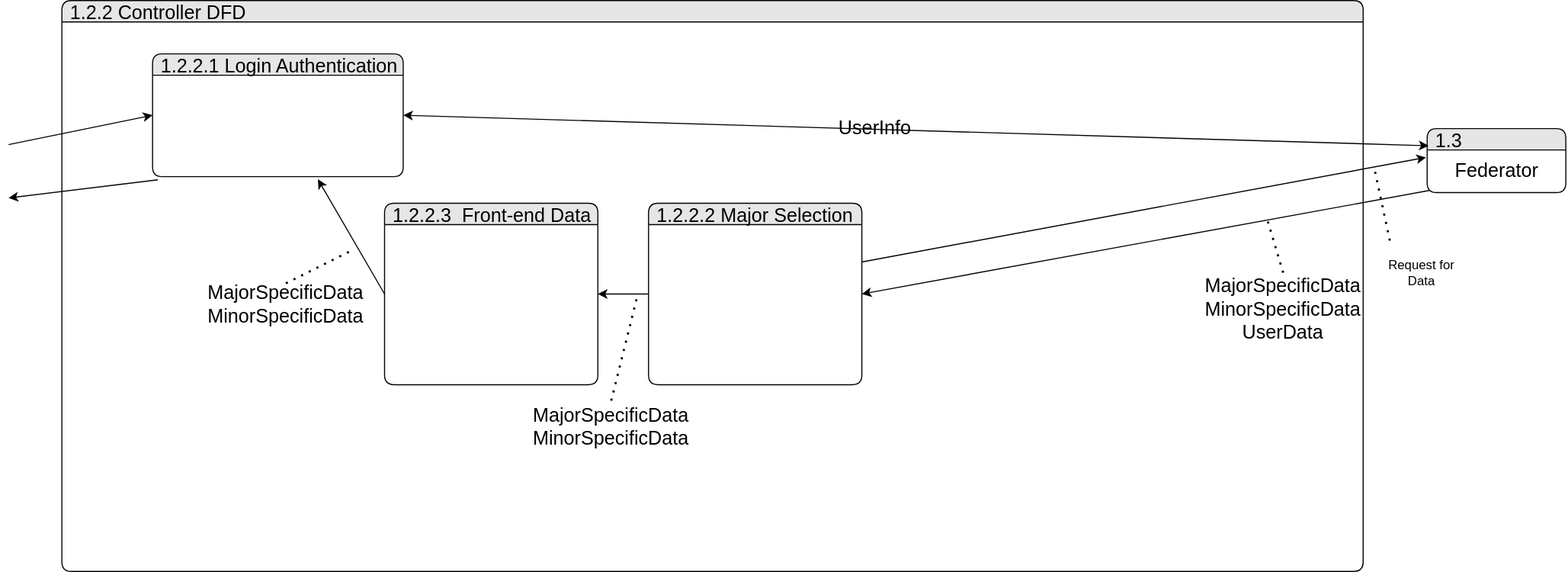
Before: TeamTwoFiles/SimpleController_DFD.drawio.svg, a diagram exported from draw.io (MckennahPalmer/CSE430). Source tidied: cells renumbered, new cells last; positions are measured from the earlier drawing's top-left corner, leaving out a move shared by most shapes.
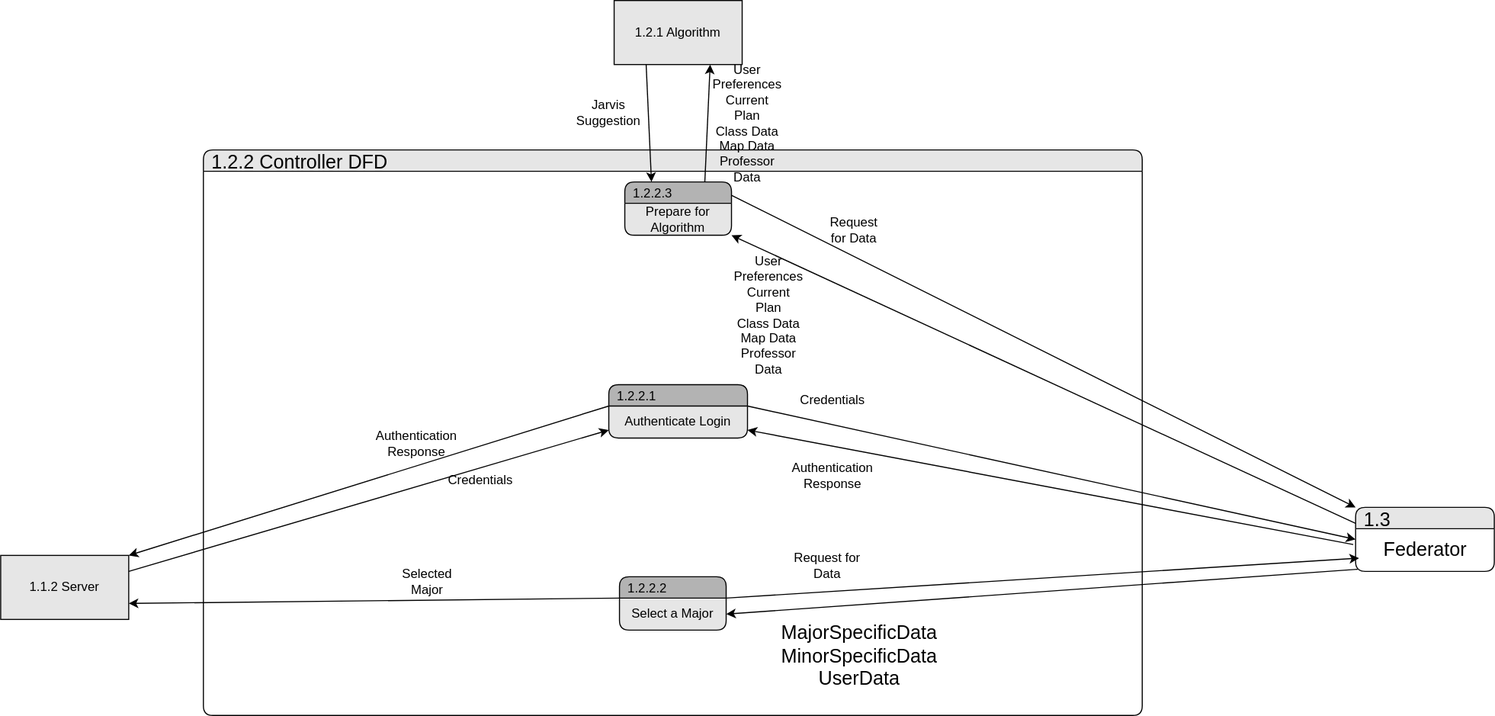
The same diagram one commit later.

Commit message:
Removed Unnecessary Processors, added interaction with Algorithm

Change to the diagram source:
```diff
@@ -3,91 +3,103 @@
     <mxCell id="0" />
     <mxCell id="1" parent="0" />
     <mxCell id="2" value="1.2.2 Controller DFD" style="swimlane;fontStyle=0;horizontal=1;startSize=20;fillColor=#E6E6E6;swimlaneFillColor=#FFFFFF;rounded=1;strokeColor=default;align=left;verticalAlign=middle;fontFamily=Helvetica;fontSize=18;fontColor=default;spacingLeft=6;shadow=0;" parent="1" vertex="1">
-      <mxGeometry x="50" width="1220" height="535" as="geometry" />
+      <mxGeometry x="250" y="-215" width="880" height="530" as="geometry" />
     </mxCell>
-    <mxCell id="3" style="edgeStyle=none;jettySize=auto;html=1;rounded=0;entryX=-0.008;entryY=0.175;entryDx=0;entryDy=0;entryPerimeter=0;" parent="2" edge="1" target="10">
-      <mxGeometry relative="1" as="geometry">
-        <mxPoint x="750" y="245" as="sourcePoint" />
-      </mxGeometry>
-    </mxCell>
-    <mxCell id="4" style="edgeStyle=orthogonalEdgeStyle;rounded=0;jettySize=auto;html=1;entryX=1;entryY=0.5;entryDx=0;entryDy=0;" parent="1" edge="1" source="5" target="6">
-      <mxGeometry relative="1" as="geometry" />
-    </mxCell>
-    <mxCell id="5" value="1.2.2.2 Major Selection" style="swimlane;fontStyle=0;horizontal=1;startSize=20;fillColor=#E6E6E6;swimlaneFillColor=#FFFFFF;rounded=1;strokeColor=default;align=left;verticalAlign=middle;fontFamily=Helvetica;fontSize=18;fontColor=default;spacingLeft=6;shadow=0;" parent="1" vertex="1">
-      <mxGeometry x="600" y="190" width="200" height="170" as="geometry" />
-    </mxCell>
-    <mxCell id="6" value="1.2.2.3  Front-end Data" style="swimlane;fontStyle=0;horizontal=1;startSize=20;fillColor=#E6E6E6;swimlaneFillColor=#FFFFFF;rounded=1;strokeColor=default;align=left;verticalAlign=middle;fontFamily=Helvetica;fontSize=18;fontColor=default;spacingLeft=6;shadow=0;" parent="1" vertex="1">
-      <mxGeometry x="352.5" y="190" width="200" height="170" as="geometry" />
-    </mxCell>
-    <mxCell id="7" style="group;" parent="1" vertex="1">
-      <mxGeometry x="135" y="50" width="235" height="115" as="geometry" />
-    </mxCell>
-    <mxCell id="8" value="1.2.2.1 Login Authentication" style="swimlane;fontStyle=0;horizontal=1;startSize=20;fillColor=#E6E6E6;swimlaneFillColor=#FFFFFF;rounded=1;strokeColor=default;align=left;verticalAlign=middle;fontFamily=Helvetica;fontSize=18;fontColor=default;spacingLeft=6;shadow=0;" parent="7" vertex="1">
-      <mxGeometry width="235" height="115" as="geometry" />
-    </mxCell>
+    <mxCell id="25" style="edgeStyle=none;rounded=0;jettySize=auto;html=1;exitX=-0.017;exitY=0.37;exitDx=0;exitDy=0;entryX=1;entryY=0.75;entryDx=0;entryDy=0;exitPerimeter=0;" parent="1" edge="1" source="10" target="38">
+      <mxGeometry relative="1" as="geometry" />
+    </mxCell>
+    <mxCell id="26" style="edgeStyle=none;rounded=0;jettySize=auto;html=1;exitX=0;exitY=0.25;exitDx=0;exitDy=0;entryX=1;entryY=1;entryDx=0;entryDy=0;" parent="1" edge="1" source="9" target="44">
+      <mxGeometry relative="1" as="geometry" />
+    </mxCell>
     <mxCell id="9" value="1.3" style="swimlane;fontStyle=0;horizontal=1;startSize=20;fillColor=#E6E6E6;swimlaneFillColor=#FFFFFF;rounded=1;strokeColor=default;align=left;verticalAlign=middle;fontFamily=Helvetica;fontSize=18;fontColor=default;spacingLeft=6;shadow=0;" parent="1" vertex="1">
       <mxGeometry x="1330" y="120" width="130" height="60" as="geometry" />
     </mxCell>
     <mxCell id="10" value="&lt;font style=&quot;font-size: 18px;&quot;&gt;Federator&lt;/font&gt;" style="text;html=1;align=center;verticalAlign=middle;points=[];strokeColor=none;fillColor=none;" parent="9" vertex="1">
       <mxGeometry y="20" width="130" height="40" as="geometry" />
     </mxCell>
-    <mxCell id="11" style="endArrow=classic;html=1;rounded=0;entryX=0;entryY=0.5;entryDx=0;entryDy=0;" parent="1" edge="1" target="8">
-      <mxGeometry relative="1" as="geometry">
-        <mxPoint y="135" as="sourcePoint" />
-      </mxGeometry>
-    </mxCell>
-    <mxCell id="12" style="endArrow=classic;html=1;rounded=0;" parent="1" edge="1">
-      <mxGeometry relative="1" as="geometry">
-        <mxPoint x="140" y="168" as="sourcePoint" />
-        <mxPoint y="185" as="targetPoint" />
-      </mxGeometry>
-    </mxCell>
-    <mxCell id="13" style="endArrow=classic;html=1;rounded=0;exitX=0.015;exitY=0.95;exitDx=0;exitDy=0;exitPerimeter=0;entryX=1;entryY=0.5;entryDx=0;entryDy=0;" parent="1" edge="1" source="10" target="5">
+    <mxCell id="13" style="endArrow=classic;html=1;rounded=0;exitX=0.015;exitY=0.95;exitDx=0;exitDy=0;exitPerimeter=0;entryX=1;entryY=0.5;entryDx=0;entryDy=0;" parent="1" edge="1" source="10" target="40">
       <mxGeometry relative="1" as="geometry" />
     </mxCell>
-    <mxCell id="14" style="endArrow=classic;html=1;rounded=0;exitX=0;exitY=0.5;exitDx=0;exitDy=0;entryX=1;entryY=0.75;entryDx=0;entryDy=0;" parent="1" edge="1" source="6">
-      <mxGeometry relative="1" as="geometry">
-        <mxPoint x="290" y="167.5" as="targetPoint" />
-      </mxGeometry>
-    </mxCell>
-    <mxCell id="15" style="endArrow=classic;startArrow=classic;html=1;rounded=0;entryX=0.01;entryY=-0.098;entryDx=0;entryDy=0;entryPerimeter=0;exitX=1;exitY=0.5;exitDx=0;exitDy=0;" parent="1" edge="1" source="8" target="10">
-      <mxGeometry relative="1" as="geometry" />
-    </mxCell>
-    <mxCell id="16" value="&lt;font style=&quot;font-size: 18px;&quot;&gt;UserInfo&amp;nbsp;&lt;/font&gt;" style="text;html=1;strokeColor=none;fillColor=none;align=center;verticalAlign=middle;whiteSpace=wrap;rounded=0;" parent="1" vertex="1">
-      <mxGeometry x="700" y="105" width="230" height="30" as="geometry" />
-    </mxCell>
     <mxCell id="17" value="&lt;font style=&quot;font-size: 18px;&quot;&gt;MajorSpecificData&lt;br&gt;MinorSpecificData&lt;br&gt;UserData&lt;/font&gt;" style="text;html=1;strokeColor=none;fillColor=none;align=center;verticalAlign=middle;whiteSpace=wrap;rounded=0;" parent="1" vertex="1">
-      <mxGeometry x="1110" y="255" width="170" height="70" as="geometry" />
+      <mxGeometry x="780" y="225" width="170" height="70" as="geometry" />
     </mxCell>
-    <mxCell id="18" value="&lt;font style=&quot;font-size: 18px;&quot;&gt;MajorSpecificData&lt;br&gt;MinorSpecificData&lt;/font&gt;" style="text;html=1;strokeColor=none;fillColor=none;align=center;verticalAlign=middle;whiteSpace=wrap;rounded=0;" parent="1" vertex="1">
-      <mxGeometry x="520" y="375" width="90" height="50" as="geometry" />
-    </mxCell>
-    <mxCell id="19" style="endArrow=none;dashed=1;html=1;dashPattern=1 3;strokeWidth=2;rounded=0;exitX=0.5;exitY=0;exitDx=0;exitDy=0;" parent="1" edge="1" source="18">
-      <mxGeometry relative="1" as="geometry">
-        <mxPoint x="590" y="275" as="targetPoint" />
-      </mxGeometry>
-    </mxCell>
-    <mxCell id="20" value="&lt;font style=&quot;font-size: 18px;&quot;&gt;MajorSpecificData&lt;br&gt;MinorSpecificData&lt;/font&gt;" style="text;html=1;strokeColor=none;fillColor=none;align=center;verticalAlign=middle;whiteSpace=wrap;rounded=0;" parent="1" vertex="1">
-      <mxGeometry x="200" y="265" width="120" height="40" as="geometry" />
-    </mxCell>
-    <mxCell id="21" style="endArrow=none;dashed=1;html=1;dashPattern=1 3;strokeWidth=2;rounded=0;exitX=0.5;exitY=0;exitDx=0;exitDy=0;" parent="1" edge="1" source="20">
-      <mxGeometry relative="1" as="geometry">
-        <mxPoint x="320" y="235" as="targetPoint" />
-      </mxGeometry>
-    </mxCell>
-    <mxCell id="22" style="endArrow=none;dashed=1;html=1;dashPattern=1 3;strokeWidth=2;rounded=0;exitX=0.5;exitY=0;exitDx=0;exitDy=0;" parent="1" edge="1" source="17">
-      <mxGeometry relative="1" as="geometry">
-        <mxPoint x="1180" y="205" as="targetPoint" />
-      </mxGeometry>
-    </mxCell>
     <mxCell id="23" value="Request for Data" style="text;html=1;strokeColor=none;fillColor=none;align=center;verticalAlign=middle;whiteSpace=wrap;rounded=0;" parent="1" vertex="1">
-      <mxGeometry x="1280" y="225" width="90" height="60" as="geometry" />
+      <mxGeometry x="790" y="145" width="90" height="60" as="geometry" />
     </mxCell>
-    <mxCell id="24" style="endArrow=none;dashed=1;html=1;dashPattern=1 3;strokeWidth=2;rounded=0;exitX=0.5;exitY=0;exitDx=0;exitDy=0;" parent="1" edge="1">
-      <mxGeometry relative="1" as="geometry">
-        <mxPoint x="1295" y="225" as="sourcePoint" />
-        <mxPoint x="1280" y="155" as="targetPoint" />
-      </mxGeometry>
-    </mxCell>
+    <mxCell id="3" style="edgeStyle=none;jettySize=auto;html=1;rounded=0;entryX=0.025;entryY=0.689;entryDx=0;entryDy=0;entryPerimeter=0;exitX=1;exitY=0;exitDx=0;exitDy=0;" parent="1" edge="1" source="40" target="10">
+      <mxGeometry relative="1" as="geometry" />
+    </mxCell>
+    <mxCell id="27" style="edgeStyle=none;rounded=0;jettySize=auto;html=1;exitX=1;exitY=0.25;exitDx=0;exitDy=0;entryX=0;entryY=0.75;entryDx=0;entryDy=0;" parent="1" edge="1" source="28" target="38">
+      <mxGeometry relative="1" as="geometry" />
+    </mxCell>
+    <mxCell id="28" value="1.1.2 Server" style="rounded=0;whiteSpace=wrap;html=1;strokeColor=default;align=center;verticalAlign=middle;fontFamily=Helvetica;fontSize=12;fontColor=default;startSize=20;fillColor=#E6E6E6;" parent="1" vertex="1">
+      <mxGeometry x="60" y="165" width="120" height="60" as="geometry" />
+    </mxCell>
+    <mxCell id="29" style="edgeStyle=none;rounded=0;jettySize=auto;html=1;exitX=1;exitY=0;exitDx=0;exitDy=0;entryX=0;entryY=0.5;entryDx=0;entryDy=0;" parent="1" edge="1" source="38" target="9">
+      <mxGeometry relative="1" as="geometry" />
+    </mxCell>
+    <mxCell id="30" value="Credentials" style="text;html=1;align=center;verticalAlign=middle;whiteSpace=wrap;rounded=0;" parent="1" vertex="1">
+      <mxGeometry x="810" y="5" width="60" height="30" as="geometry" />
+    </mxCell>
+    <mxCell id="31" value="Authentication Response" style="text;html=1;align=center;verticalAlign=middle;whiteSpace=wrap;rounded=0;" parent="1" vertex="1">
+      <mxGeometry x="810" y="75" width="60" height="30" as="geometry" />
+    </mxCell>
+    <mxCell id="32" style="edgeStyle=none;rounded=0;jettySize=auto;html=1;exitX=0;exitY=0;exitDx=0;exitDy=0;entryX=1;entryY=0;entryDx=0;entryDy=0;" parent="1" edge="1" source="38" target="28">
+      <mxGeometry relative="1" as="geometry" />
+    </mxCell>
+    <mxCell id="33" style="edgeStyle=none;rounded=0;jettySize=auto;html=1;exitX=0;exitY=0;exitDx=0;exitDy=0;entryX=1;entryY=0.75;entryDx=0;entryDy=0;" parent="1" edge="1" source="40" target="28">
+      <mxGeometry relative="1" as="geometry" />
+    </mxCell>
+    <mxCell id="34" value="Selected Major" style="text;html=1;align=center;verticalAlign=middle;whiteSpace=wrap;rounded=0;" parent="1" vertex="1">
+      <mxGeometry x="430" y="175" width="60" height="30" as="geometry" />
+    </mxCell>
+    <mxCell id="35" value="Authentication Response" style="text;html=1;align=center;verticalAlign=middle;whiteSpace=wrap;rounded=0;" parent="1" vertex="1">
+      <mxGeometry x="420" y="45" width="60" height="30" as="geometry" />
+    </mxCell>
+    <mxCell id="36" value="Credentials" style="text;html=1;align=center;verticalAlign=middle;whiteSpace=wrap;rounded=0;" parent="1" vertex="1">
+      <mxGeometry x="480" y="80" width="60" height="30" as="geometry" />
+    </mxCell>
+    <mxCell id="37" value="1.2.2.1" style="swimlane;fontStyle=0;horizontal=1;startSize=20;fillColor=#B3B3B3;swimlaneFillColor=#E6E6E6;rounded=1;strokeColor=default;align=left;verticalAlign=middle;fontFamily=Helvetica;fontSize=12;fontColor=default;spacingLeft=6;shadow=0;" parent="1" vertex="1">
+      <mxGeometry x="630" y="5" width="130" height="50" as="geometry" />
+    </mxCell>
+    <mxCell id="38" value="Authenticate Login" style="text;html=1;strokeColor=none;fillColor=none;align=center;verticalAlign=middle;whiteSpace=wrap;rounded=0;fontSize=12;fontFamily=Helvetica;fontColor=default;" parent="37" vertex="1">
+      <mxGeometry y="20" width="130" height="30" as="geometry" />
+    </mxCell>
+    <mxCell id="39" value="1.2.2.2" style="swimlane;fontStyle=0;horizontal=1;startSize=20;fillColor=#B3B3B3;swimlaneFillColor=#E6E6E6;rounded=1;strokeColor=default;align=left;verticalAlign=middle;fontFamily=Helvetica;fontSize=12;fontColor=default;spacingLeft=6;shadow=0;" parent="1" vertex="1">
+      <mxGeometry x="640" y="185" width="100" height="50" as="geometry" />
+    </mxCell>
+    <mxCell id="40" value="Select a Major" style="text;html=1;strokeColor=none;fillColor=none;align=center;verticalAlign=middle;whiteSpace=wrap;rounded=0;fontSize=12;fontFamily=Helvetica;fontColor=default;" parent="39" vertex="1">
+      <mxGeometry y="20" width="100" height="30" as="geometry" />
+    </mxCell>
+    <mxCell id="41" style="edgeStyle=none;rounded=0;jettySize=auto;html=1;exitX=1;exitY=0.25;exitDx=0;exitDy=0;entryX=0;entryY=0;entryDx=0;entryDy=0;" parent="1" edge="1" source="43" target="9">
+      <mxGeometry relative="1" as="geometry" />
+    </mxCell>
+    <mxCell id="42" style="edgeStyle=none;rounded=0;jettySize=auto;html=1;exitX=0.75;exitY=0;exitDx=0;exitDy=0;entryX=0.75;entryY=1;entryDx=0;entryDy=0;" parent="1" edge="1" source="43" target="48">
+      <mxGeometry relative="1" as="geometry" />
+    </mxCell>
+    <mxCell id="43" value="1.2.2.3" style="swimlane;fontStyle=0;horizontal=1;startSize=20;fillColor=#B3B3B3;swimlaneFillColor=#E6E6E6;rounded=1;strokeColor=default;align=left;verticalAlign=middle;fontFamily=Helvetica;fontSize=12;fontColor=default;spacingLeft=6;shadow=0;" parent="1" vertex="1">
+      <mxGeometry x="645" y="-185" width="100" height="50" as="geometry" />
+    </mxCell>
+    <mxCell id="44" value="Prepare for Algorithm" style="text;html=1;strokeColor=none;fillColor=none;align=center;verticalAlign=middle;whiteSpace=wrap;rounded=0;fontSize=12;fontFamily=Helvetica;fontColor=default;" parent="43" vertex="1">
+      <mxGeometry y="20" width="100" height="30" as="geometry" />
+    </mxCell>
+    <mxCell id="45" value="Request for Data" style="text;html=1;align=center;verticalAlign=middle;whiteSpace=wrap;rounded=0;" parent="1" vertex="1">
+      <mxGeometry x="830" y="-155" width="60" height="30" as="geometry" />
+    </mxCell>
+    <mxCell id="46" value="User Preferences&lt;br&gt;Current Plan&lt;br&gt;Class Data&lt;br&gt;Map Data&lt;br&gt;Professor Data" style="text;html=1;align=center;verticalAlign=middle;whiteSpace=wrap;rounded=0;" parent="1" vertex="1">
+      <mxGeometry x="750" y="-75" width="60" height="30" as="geometry" />
+    </mxCell>
+    <mxCell id="47" style="edgeStyle=none;rounded=0;jettySize=auto;html=1;exitX=0.25;exitY=1;exitDx=0;exitDy=0;entryX=0.25;entryY=0;entryDx=0;entryDy=0;" parent="1" edge="1" source="48" target="43">
+      <mxGeometry relative="1" as="geometry" />
+    </mxCell>
+    <mxCell id="48" value="1.2.1 Algorithm" style="rounded=0;whiteSpace=wrap;html=1;strokeColor=default;align=center;verticalAlign=middle;fontFamily=Helvetica;fontSize=12;fontColor=default;startSize=20;fillColor=#E6E6E6;" parent="1" vertex="1">
+      <mxGeometry x="635" y="-355" width="120" height="60" as="geometry" />
+    </mxCell>
+    <mxCell id="49" value="User Preferences&lt;br&gt;Current Plan&lt;br&gt;Class Data&lt;br&gt;Map Data&lt;br&gt;Professor Data" style="text;html=1;align=center;verticalAlign=middle;whiteSpace=wrap;rounded=0;" parent="1" vertex="1">
+      <mxGeometry x="730" y="-255" width="60" height="30" as="geometry" />
+    </mxCell>
+    <mxCell id="50" value="Jarvis Suggestion" style="text;html=1;align=center;verticalAlign=middle;whiteSpace=wrap;rounded=0;" parent="1" vertex="1">
+      <mxGeometry x="600" y="-265" width="60" height="30" as="geometry" />
+    </mxCell>
   </root>
 </mxGraphModel>
```
